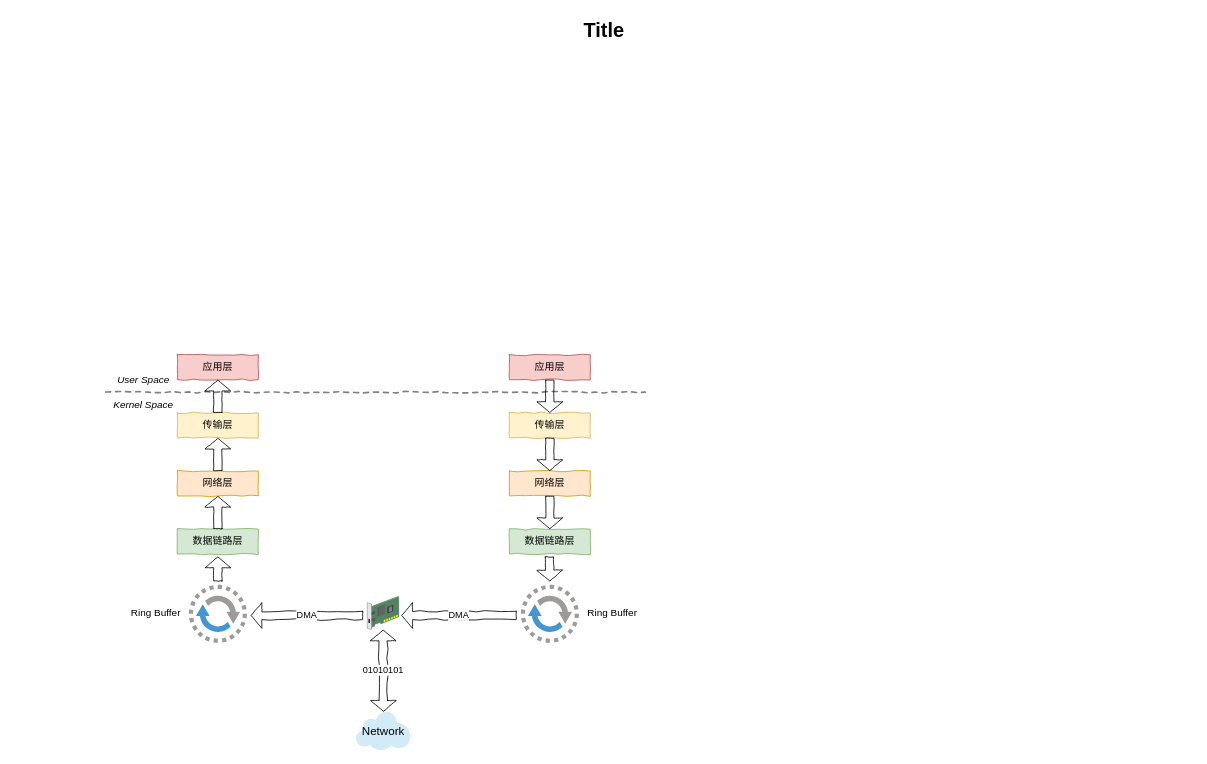
Before: receive.drawio in qinxinliang/diagrams, a draw.io diagram. Source tidied: cells renumbered, new cells numbered last; positions are measured from the earlier drawing's top-left corner, leaving out a move shared by most shapes. Both pictures are drawn from the tidied source at 83%, with x=0, y=0 at pixel (14, 14).
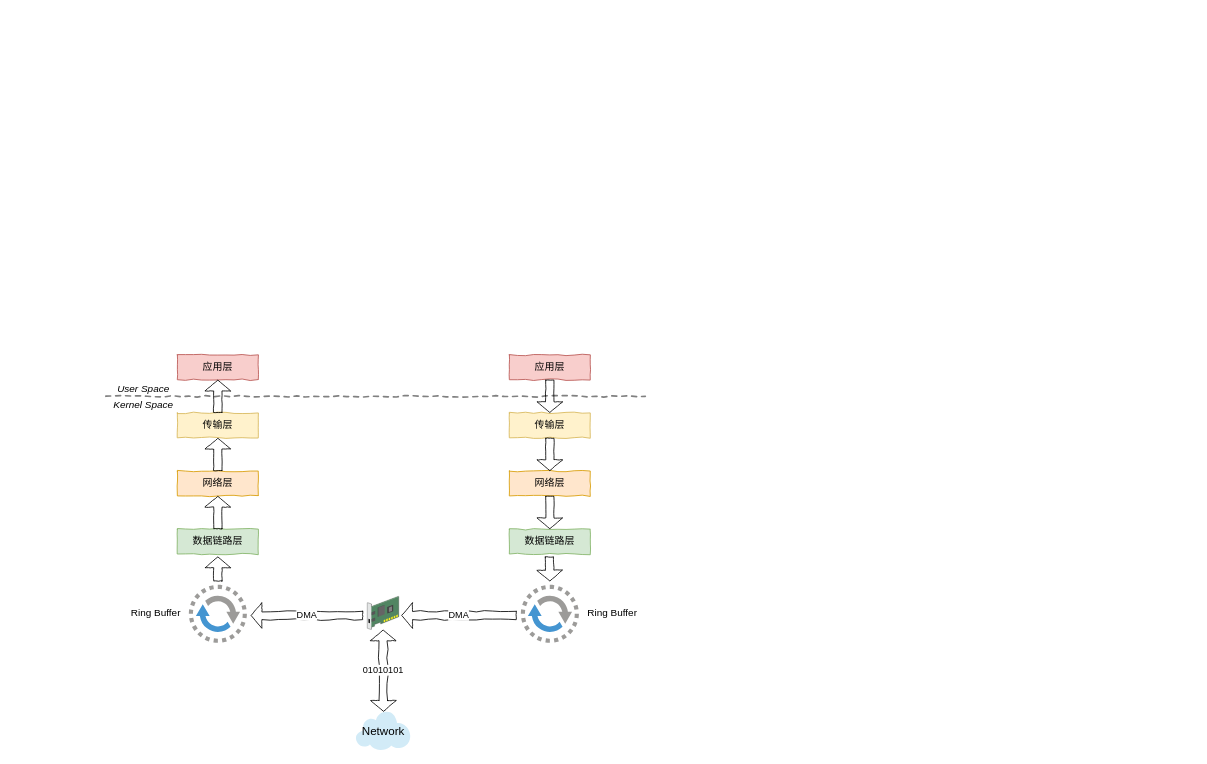
The same page after the edit.

Commit message:
Third Draft.

The edit, as a diff of the source:
```diff
@@
     <mxCell id="5" style="line;strokeWidth=2;html=1;fillColor=none;gradientColor=none;fontSize=14;strokeColor=#808080;dashed=1;comic=1;" parent="1" vertex="1">
-      <mxGeometry x="110" y="450" width="650" height="10" as="geometry" />
+      <mxGeometry x="110" y="455" width="650" height="10" as="geometry" />
     </mxCell>
-    <mxCell id="6" value="Title" style="text;strokeColor=none;fillColor=none;html=1;fontSize=24;fontStyle=1;verticalAlign=middle;align=center;" parent="1" vertex="1">
-      <mxGeometry width="1420" height="40" as="geometry" />
-    </mxCell>
@@
     <mxCell id="29" value="&lt;i&gt;User Space&lt;/i&gt;" style="text;html=1;align=center;verticalAlign=middle;strokeColor=none;fillColor=none;" parent="1" vertex="1">
-      <mxGeometry x="110" y="426" width="90" height="30" as="geometry" />
+      <mxGeometry x="110" y="436" width="90" height="30" as="geometry" />
     </mxCell>
```
